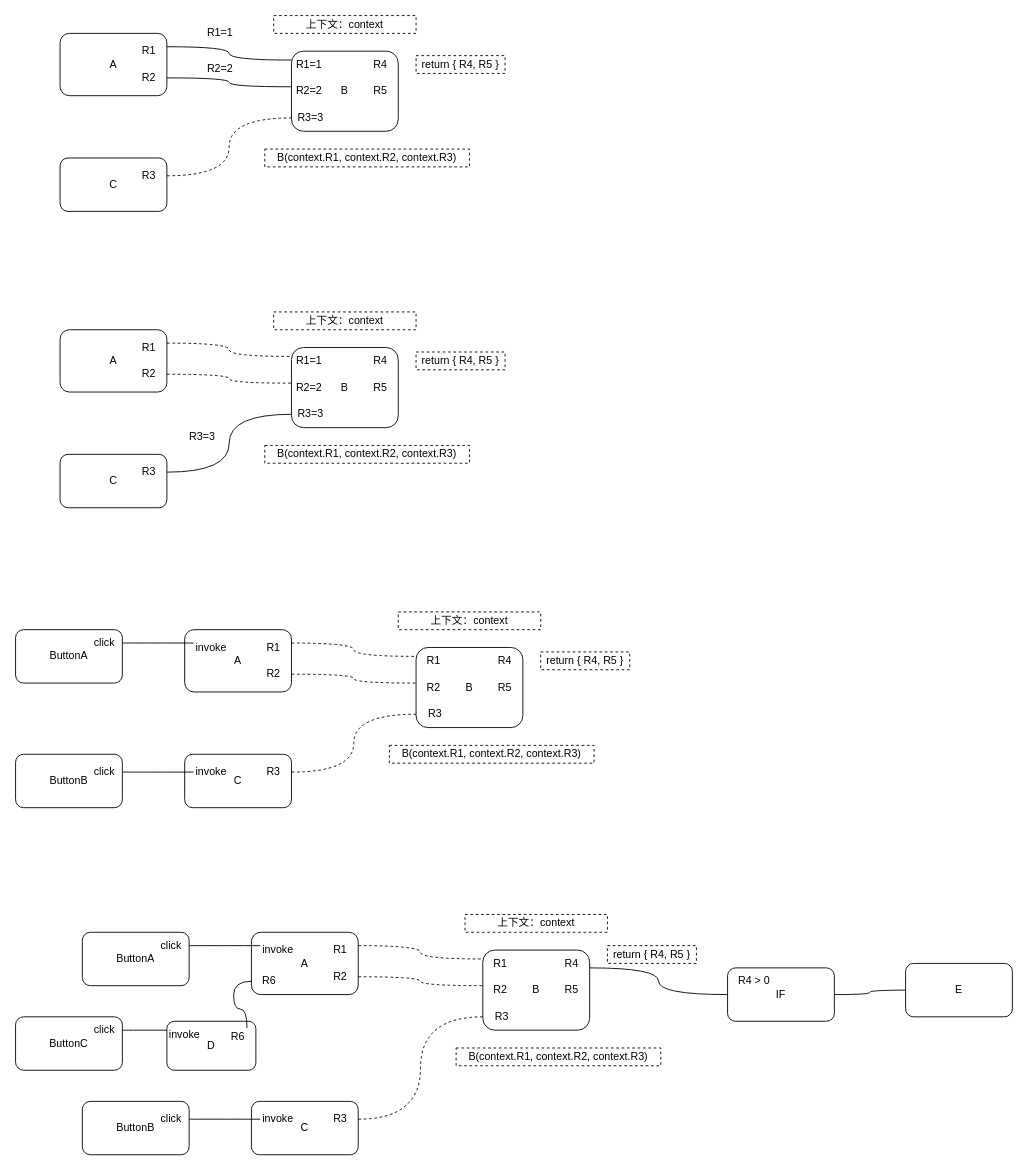
Before: flow-stream-logic.drawio in lokewei/draw.io, a draw.io diagram. Source tidied: cells renumbered, new cells numbered last; positions are measured from the earlier drawing's top-left corner, leaving out a move shared by most shapes. Both pictures are drawn from the tidied source at 89%, with x=0, y=0 at pixel (15, 15).
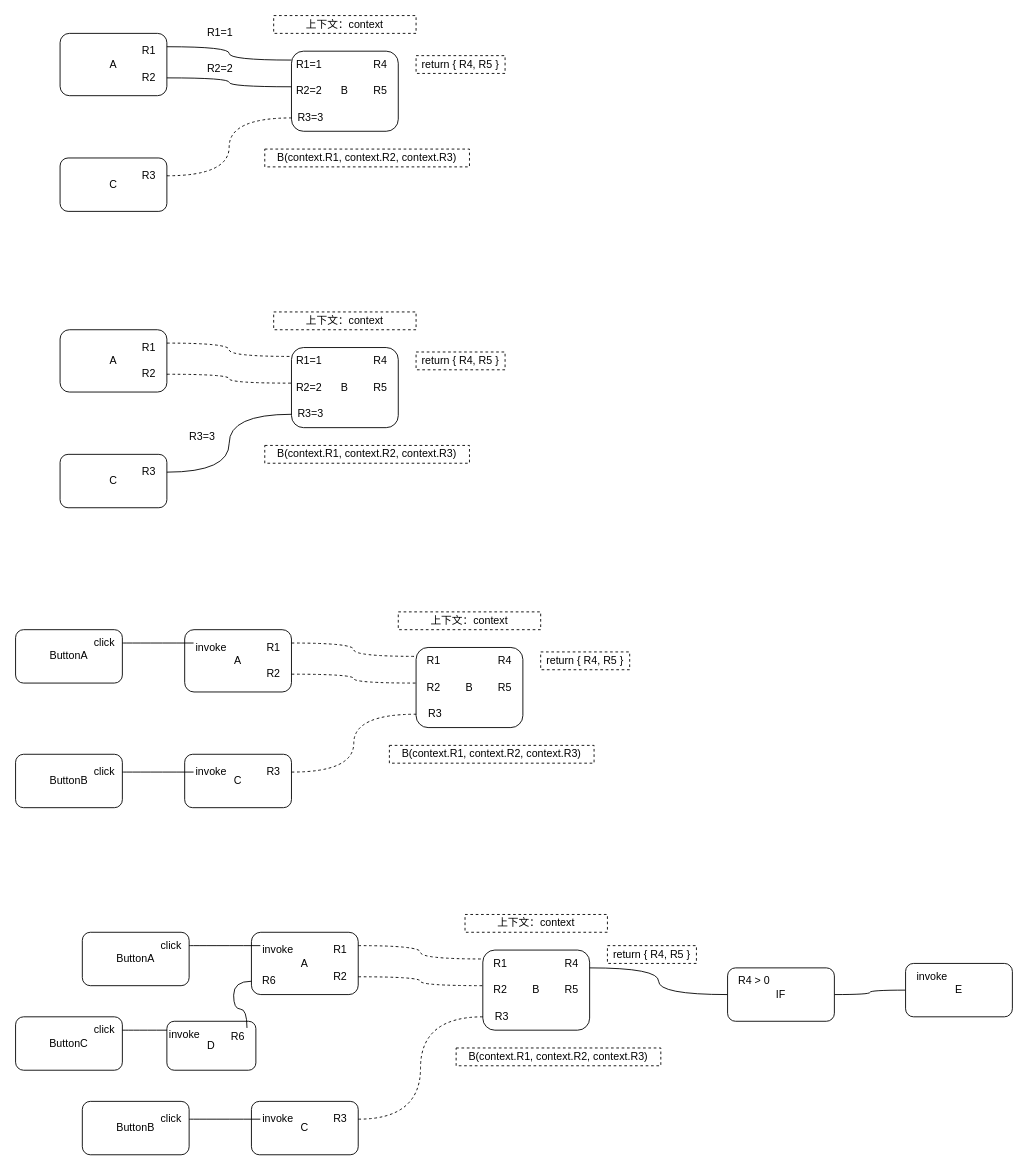
After the change.

Diff of the diagram source:
```diff
@@
+    <mxCell id="102" value="invoke" style="text;html=1;strokeColor=none;fillColor=none;align=center;verticalAlign=middle;whiteSpace=wrap;rounded=0;" parent="1" vertex="1">
+      <mxGeometry x="1010" y="1070" width="40" height="20" as="geometry" />
+    </mxCell>
```
